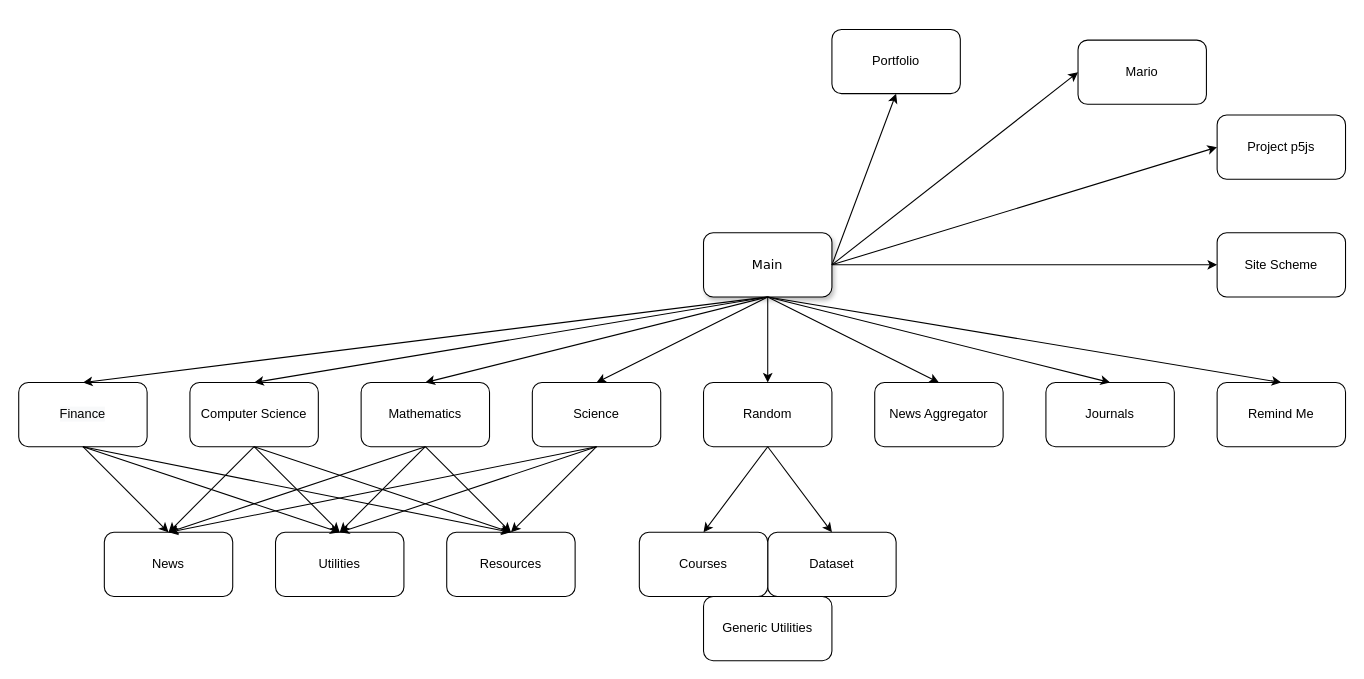
The draw.io diagram draw.drawio in Scavix/Scavix.github.io, before the edit. Source tidied: cells renumbered, new cells numbered last; positions are measured from the earlier drawing's top-left corner, leaving out a move shared by most shapes. Both pictures are drawn from the tidied source at 107%, with x=0, y=0 at pixel (18, 29).
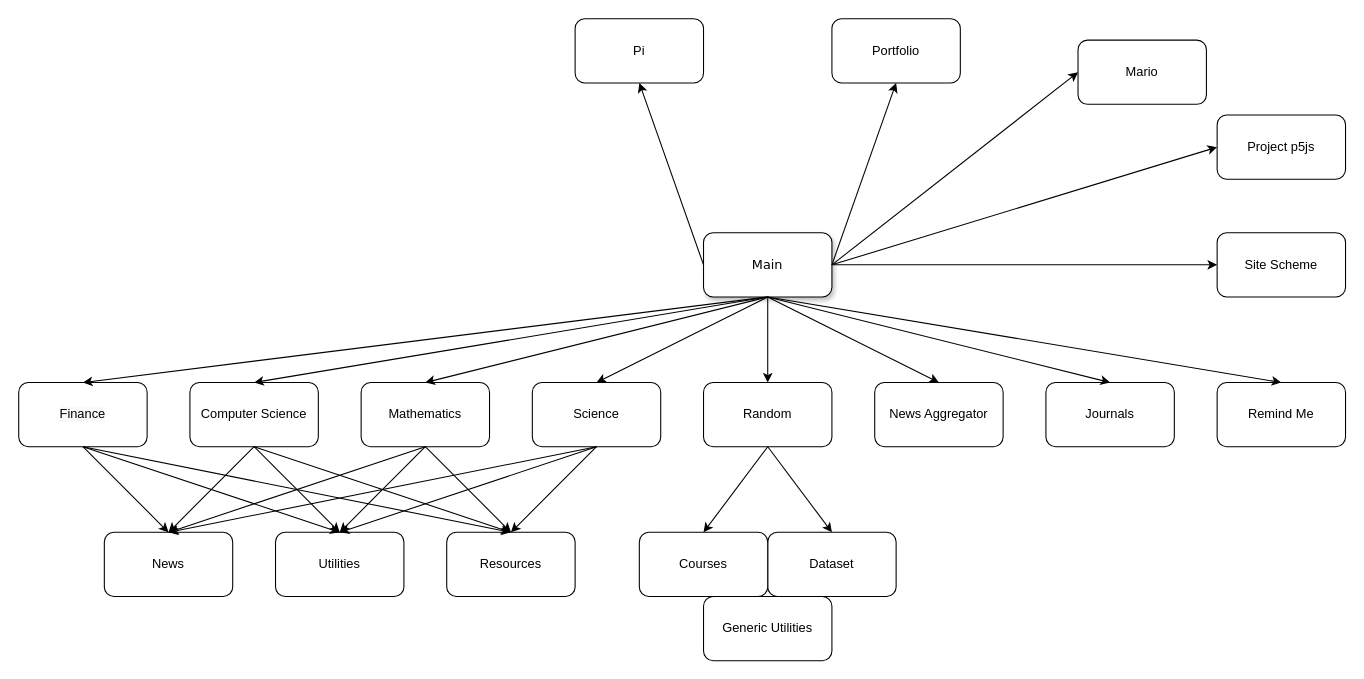
The same page after the edit.

The change refers to these unchanged cells:
```xml
<mxCell id="2" value="Main" style="whiteSpace=wrap;html=1;rounded=1;shadow=1;labelBackgroundColor=none;strokeWidth=1;fontFamily=Verdana;fontSize=12;align=center;" parent="1" vertex="1">
  <mxGeometry x="640" y="190" width="120" height="60" as="geometry" />
</mxCell>
```

The edit, as a diff of the source:
```diff
@@
     <mxCell id="43" value="Portfolio" style="rounded=1;whiteSpace=wrap;html=1;" parent="1" vertex="1">
-      <mxGeometry x="760" width="120" height="60" as="geometry" />
+      <mxGeometry x="760" y="-10" width="120" height="60" as="geometry" />
     </mxCell>
@@
+    <mxCell id="47" value="Pi" style="rounded=1;whiteSpace=wrap;html=1;" parent="1" vertex="1">
+      <mxGeometry x="520" y="-10" width="120" height="60" as="geometry" />
+    </mxCell>
+    <mxCell id="48" style="endArrow=classic;html=1;entryX=0.5;entryY=1;entryDx=0;entryDy=0;exitX=0;exitY=0.5;exitDx=0;exitDy=0;" parent="1" edge="1" source="2" target="47">
+      <mxGeometry relative="1" as="geometry" />
+    </mxCell>
```
